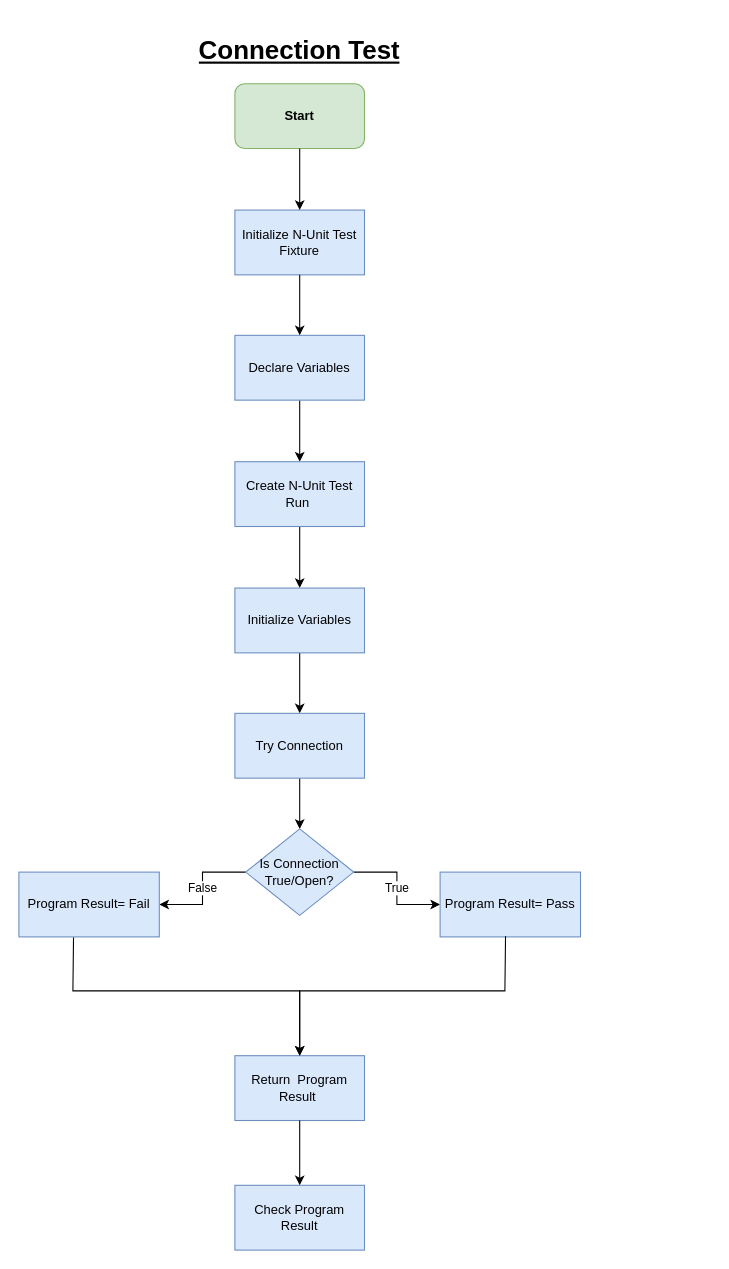
Above: page "ConnectionTest" (1 of 2) of ProductionTestCompatabilityFLOWCHARTS.drawio in SydneySwofford/Notes (draw.io), before the change. Source tidied: cells renumbered, new cells numbered last; positions are measured from the earlier drawing's top-left corner, leaving out a move shared by most shapes. Both pictures are drawn from the tidied source at 108%, with x=0, y=0 at pixel (18, 29).
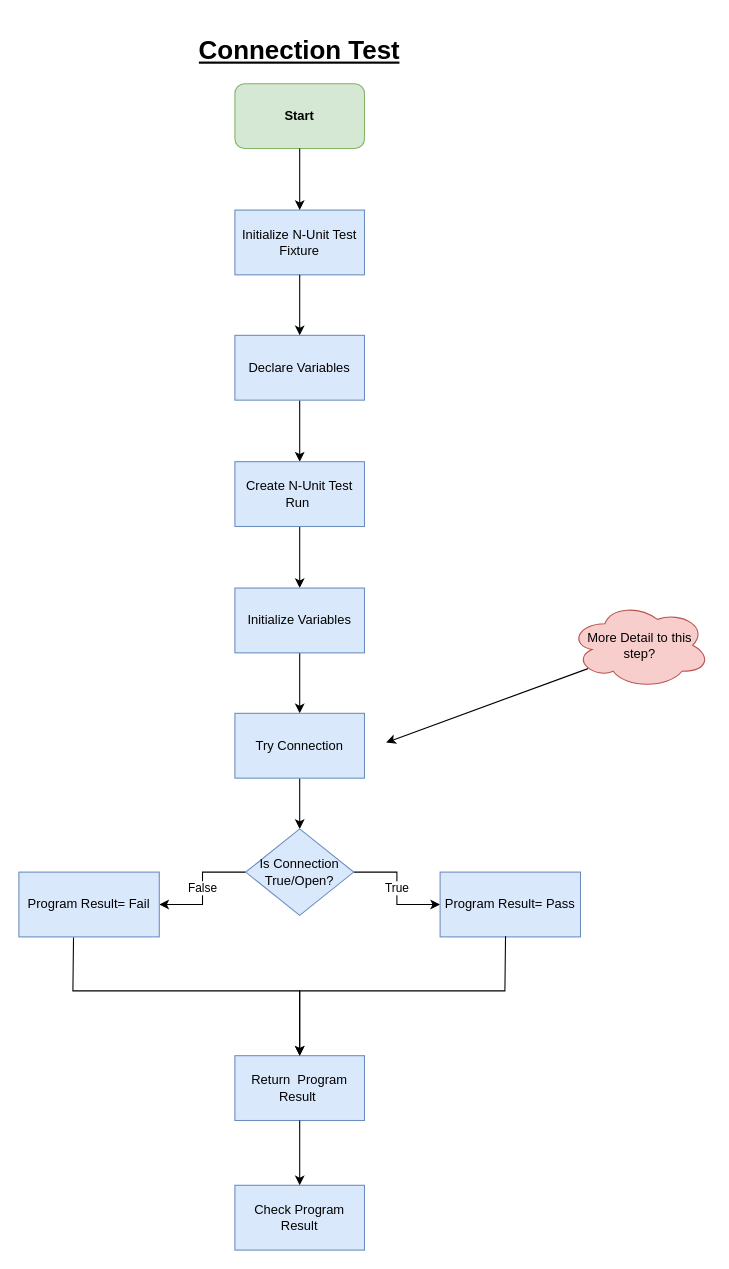
Above is the later version.

Change to the diagram source:
```diff
@@
+    <mxCell id="25" value="More Detail to this step?" style="ellipse;shape=cloud;whiteSpace=wrap;html=1;fillColor=#f8cecc;strokeColor=#b85450;" parent="1" vertex="1">
+      <mxGeometry x="510" y="530" width="130" height="80" as="geometry" />
+    </mxCell>
+    <mxCell id="26" style="endArrow=classic;html=1;rounded=0;exitX=0.13;exitY=0.77;exitDx=0;exitDy=0;exitPerimeter=0;" parent="1" edge="1" source="25">
+      <mxGeometry relative="1" as="geometry">
+        <mxPoint x="340" y="660" as="targetPoint" />
+      </mxGeometry>
+    </mxCell>
```
